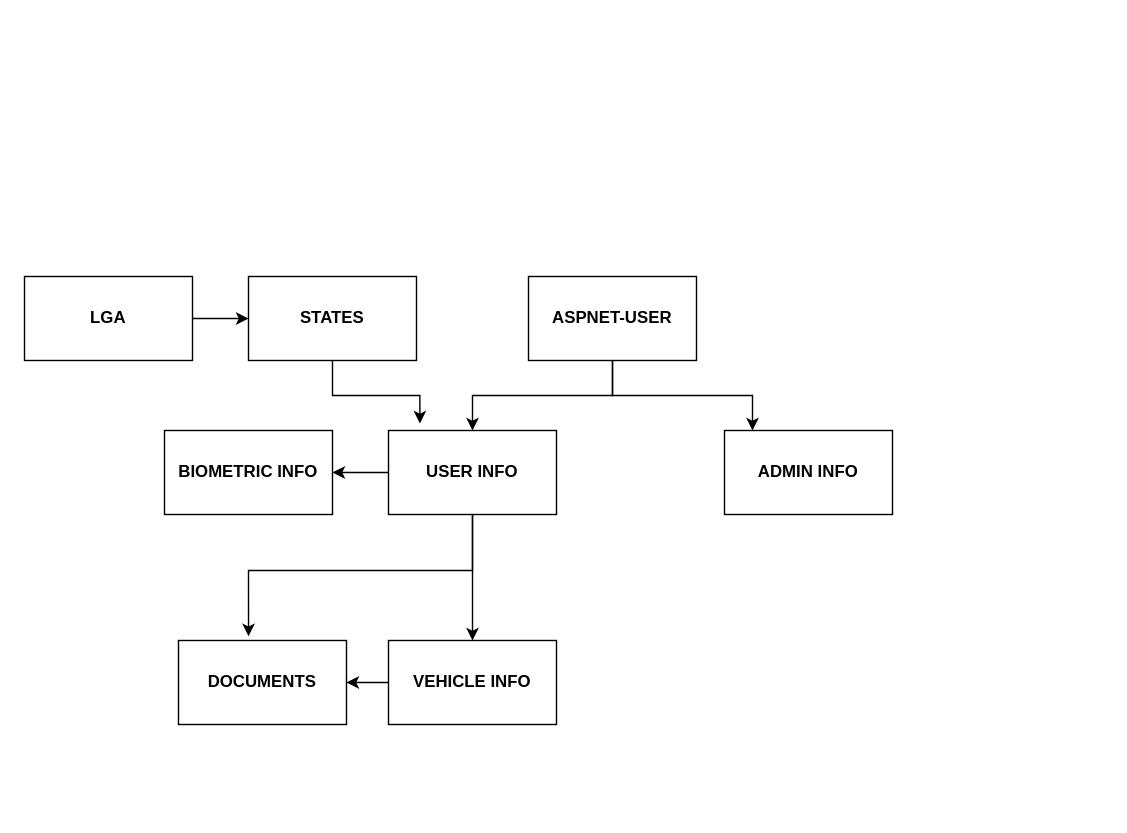
This is Untitled Diagram.drawio from kyree-henry/VMS-Database-Schema, a draw.io file, before an edit. Source tidied: cells renumbered, new cells numbered last; positions are measured from the earlier drawing's top-left corner, leaving out a move shared by most shapes. Both pictures are drawn from the tidied source at 140%, with x=0, y=0 at pixel (24, 276).
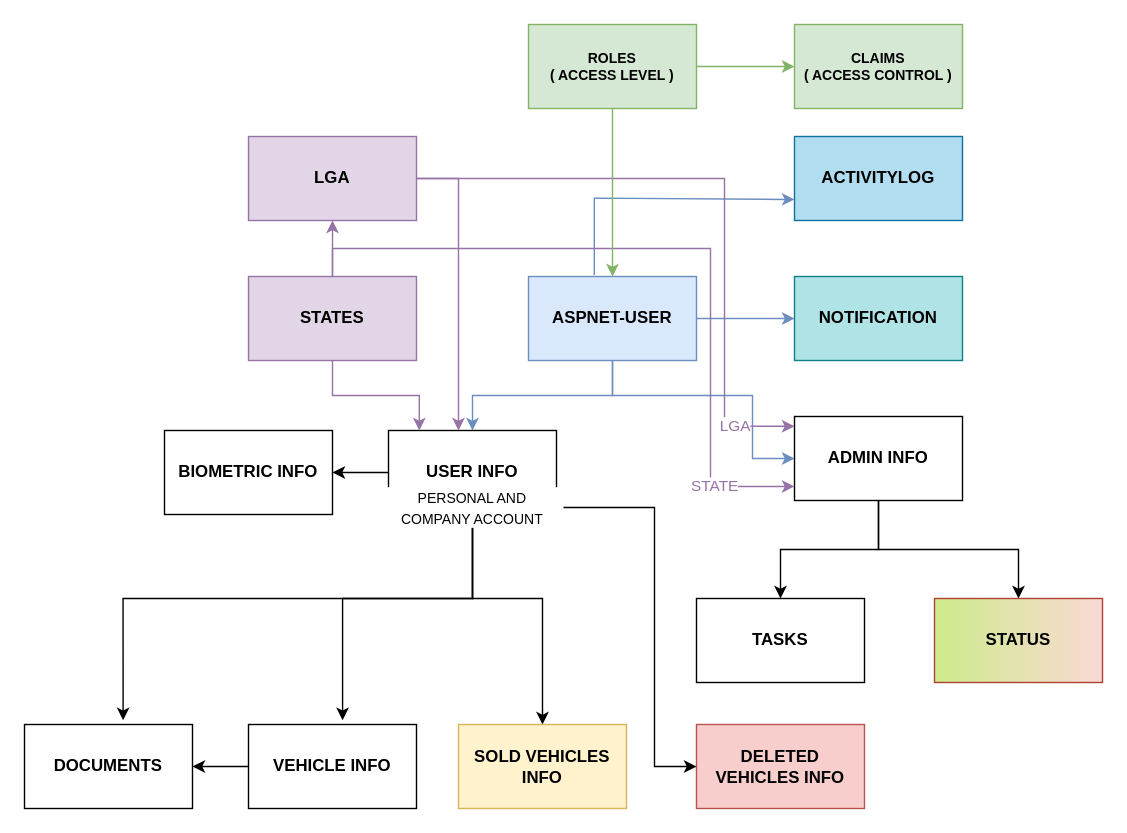
The same page after the edit.

Unchanged cells that the change refers to:
```xml
<mxCell id="8" value="&lt;b&gt;&lt;font style=&quot;font-size: 12px;&quot;&gt;USER INFO&lt;/font&gt;&lt;/b&gt;" style="rounded=0;whiteSpace=wrap;html=1;" parent="1" vertex="1">
  <mxGeometry x="260" y="110" width="120" height="60" as="geometry" />
</mxCell>
```

Change to the diagram source:
```diff
@@
-    <mxCell id="2" style="edgeStyle=orthogonalEdgeStyle;rounded=0;jettySize=auto;html=1;fontSize=12;" parent="1" edge="1" source="4" target="8">
+    <mxCell id="2" style="edgeStyle=orthogonalEdgeStyle;rounded=0;jettySize=auto;html=1;fontSize=12;fillColor=#dae8fc;strokeColor=#6c8ebf;" parent="1" edge="1" source="4" target="8">
       <mxGeometry relative="1" as="geometry" />
     </mxCell>
-    <mxCell id="3" style="edgeStyle=orthogonalEdgeStyle;rounded=0;jettySize=auto;html=1;fontSize=12;" parent="1" edge="1" source="4" target="9">
+    <mxCell id="3" style="edgeStyle=orthogonalEdgeStyle;rounded=0;jettySize=auto;html=1;fontSize=12;fillColor=#dae8fc;strokeColor=#6c8ebf;" parent="1" edge="1" source="4" target="9">
       <mxGeometry relative="1" as="geometry">
         <Array as="points">
           <mxPoint x="420" y="85" />
           <mxPoint x="520" y="85" />
         </Array>
       </mxGeometry>
     </mxCell>
+    <mxCell id="18" style="edgeStyle=orthogonalEdgeStyle;rounded=0;jettySize=auto;html=1;fontSize=12;fontColor=#000000;fillColor=#dae8fc;strokeColor=#6c8ebf;" parent="1" edge="1" source="4" target="31">
+      <mxGeometry relative="1" as="geometry" />
+    </mxCell>
+    <mxCell id="19" style="edgeStyle=orthogonalEdgeStyle;rounded=0;jettySize=auto;html=1;fontSize=10;fontColor=#000000;entryX=0;entryY=0.75;entryDx=0;entryDy=0;fillColor=#dae8fc;strokeColor=#6c8ebf;" parent="1" edge="1" target="32">
+      <mxGeometry relative="1" as="geometry">
+        <mxPoint x="407" y="-1" as="sourcePoint" />
+        <Array as="points">
+          <mxPoint x="407" y="-56" />
+        </Array>
+      </mxGeometry>
+    </mxCell>
-    <mxCell id="4" value="&lt;b&gt;ASPNET-USER&lt;/b&gt;" style="rounded=0;whiteSpace=wrap;html=1;" parent="1" vertex="1">
+    <mxCell id="4" value="&lt;b&gt;ASPNET-USER&lt;/b&gt;" style="rounded=0;whiteSpace=wrap;html=1;fillColor=#dae8fc;strokeColor=#6c8ebf;" parent="1" vertex="1">
       <mxGeometry x="360" width="120" height="60" as="geometry" />
     </mxCell>
@@
-    <mxCell id="6" style="edgeStyle=orthogonalEdgeStyle;rounded=0;jettySize=auto;html=1;fontSize=12;entryX=0.417;entryY=-0.05;entryDx=0;entryDy=0;entryPerimeter=0;exitX=0.5;exitY=1;exitDx=0;exitDy=0;" parent="1" edge="1" source="8" target="12">
+    <mxCell id="6" style="edgeStyle=orthogonalEdgeStyle;rounded=0;jettySize=auto;html=1;fontSize=12;fontColor=#000000;entryX=0.587;entryY=-0.05;entryDx=0;entryDy=0;entryPerimeter=0;" parent="1" edge="1" source="8" target="12">
       <mxGeometry relative="1" as="geometry">
         <Array as="points">
-          <mxPoint x="320" y="210" />
-          <mxPoint x="160" y="210" />
+          <mxPoint x="320" y="230" />
+          <mxPoint x="70" y="230" />
         </Array>
       </mxGeometry>
     </mxCell>
+    <mxCell id="20" style="edgeStyle=orthogonalEdgeStyle;rounded=0;jettySize=auto;html=1;fontSize=12;fontColor=#000000;entryX=0.5;entryY=0;entryDx=0;entryDy=0;" parent="1" edge="1" source="8" target="30">
+      <mxGeometry relative="1" as="geometry">
+        <Array as="points">
+          <mxPoint x="320" y="230" />
+          <mxPoint x="370" y="230" />
+        </Array>
+      </mxGeometry>
+    </mxCell>
-    <mxCell id="7" style="edgeStyle=orthogonalEdgeStyle;rounded=0;jettySize=auto;html=1;entryX=0.5;entryY=0;entryDx=0;entryDy=0;fontSize=12;" parent="1" edge="1" source="8" target="11">
-      <mxGeometry relative="1" as="geometry" />
+    <mxCell id="7" style="edgeStyle=orthogonalEdgeStyle;rounded=0;jettySize=auto;html=1;entryX=0.56;entryY=-0.05;entryDx=0;entryDy=0;entryPerimeter=0;fontSize=12;fontColor=#000000;" parent="1" edge="1" source="8" target="11">
+      <mxGeometry relative="1" as="geometry">
+        <Array as="points">
+          <mxPoint x="320" y="230" />
+          <mxPoint x="227" y="230" />
+        </Array>
+      </mxGeometry>
     </mxCell>
@@
+    <mxCell id="21" style="edgeStyle=orthogonalEdgeStyle;rounded=0;jettySize=auto;html=1;fontSize=12;" parent="1" edge="1" source="9" target="28">
+      <mxGeometry relative="1" as="geometry" />
+    </mxCell>
+    <mxCell id="22" style="edgeStyle=orthogonalEdgeStyle;rounded=0;jettySize=auto;html=1;entryX=0.5;entryY=0;entryDx=0;entryDy=0;fontSize=12;" parent="1" edge="1" source="9" target="29">
+      <mxGeometry relative="1" as="geometry" />
+    </mxCell>
     <mxCell id="9" value="&lt;b&gt;&lt;font style=&quot;font-size: 12px;&quot;&gt;ADMIN INFO&lt;/font&gt;&lt;/b&gt;" style="rounded=0;whiteSpace=wrap;html=1;" parent="1" vertex="1">
-      <mxGeometry x="500" y="110" width="120" height="60" as="geometry" />
+      <mxGeometry x="550" y="100" width="120" height="60" as="geometry" />
     </mxCell>
@@
     <mxCell id="11" value="&lt;b&gt;&lt;font style=&quot;font-size: 12px;&quot;&gt;VEHICLE INFO&lt;/font&gt;&lt;/b&gt;" style="rounded=0;whiteSpace=wrap;html=1;" parent="1" vertex="1">
-      <mxGeometry x="260" y="260" width="120" height="60" as="geometry" />
+      <mxGeometry x="160" y="320" width="120" height="60" as="geometry" />
     </mxCell>
     <mxCell id="12" value="&lt;b&gt;&lt;font style=&quot;font-size: 12px;&quot;&gt;DOCUMENTS&lt;/font&gt;&lt;/b&gt;" style="rounded=0;whiteSpace=wrap;html=1;" parent="1" vertex="1">
-      <mxGeometry x="110" y="260" width="120" height="60" as="geometry" />
+      <mxGeometry y="320" width="120" height="60" as="geometry" />
     </mxCell>
-    <mxCell id="13" style="edgeStyle=orthogonalEdgeStyle;rounded=0;jettySize=auto;html=1;fontSize=12;" parent="1" edge="1" source="14" target="16">
+    <mxCell id="13" style="edgeStyle=orthogonalEdgeStyle;rounded=0;jettySize=auto;html=1;fontSize=12;fillColor=#e1d5e7;strokeColor=#9673a6;" parent="1" edge="1" source="16" target="14">
       <mxGeometry relative="1" as="geometry" />
     </mxCell>
+    <mxCell id="23" style="edgeStyle=orthogonalEdgeStyle;rounded=0;jettySize=auto;html=1;fontSize=12;fontColor=#000000;fillColor=#e1d5e7;strokeColor=#9673a6;" parent="1" edge="1" source="14">
+      <mxGeometry relative="1" as="geometry">
+        <mxPoint x="310" y="110" as="targetPoint" />
+        <Array as="points">
+          <mxPoint x="310" y="-70" />
+        </Array>
+      </mxGeometry>
+    </mxCell>
+    <mxCell id="24" style="edgeStyle=orthogonalEdgeStyle;rounded=0;jettySize=auto;html=1;fillColor=#e1d5e7;strokeColor=#9673a6;" parent="1" edge="1" source="14">
+      <mxGeometry relative="1" as="geometry">
+        <mxPoint x="550" y="107" as="targetPoint" />
+        <Array as="points">
+          <mxPoint x="500" y="-70" />
+          <mxPoint x="500" y="107" />
+        </Array>
+      </mxGeometry>
+    </mxCell>
+    <mxCell id="25" value="&amp;nbsp;LGA" style="edgeLabel;html=1;align=center;verticalAlign=middle;fontColor=#9673A6;" parent="24" vertex="1">
+      <mxGeometry x="0.8" y="1" relative="1" as="geometry" />
+    </mxCell>
-    <mxCell id="14" value="&lt;b&gt;LGA&lt;/b&gt;" style="rounded=0;whiteSpace=wrap;html=1;" parent="1" vertex="1">
-      <mxGeometry width="120" height="60" as="geometry" />
+    <mxCell id="14" value="&lt;b&gt;LGA&lt;/b&gt;" style="rounded=0;whiteSpace=wrap;html=1;fillColor=#e1d5e7;strokeColor=#9673a6;" parent="1" vertex="1">
+      <mxGeometry x="160" y="-100" width="120" height="60" as="geometry" />
     </mxCell>
-    <mxCell id="15" style="edgeStyle=orthogonalEdgeStyle;rounded=0;jettySize=auto;html=1;entryX=0.187;entryY=-0.083;entryDx=0;entryDy=0;entryPerimeter=0;fontSize=12;" parent="1" edge="1" source="16" target="8">
-      <mxGeometry relative="1" as="geometry" />
+    <mxCell id="15" style="edgeStyle=orthogonalEdgeStyle;rounded=0;jettySize=auto;html=1;fontSize=12;fillColor=#e1d5e7;strokeColor=#9673a6;" parent="1" edge="1" source="16" target="8">
+      <mxGeometry relative="1" as="geometry">
+        <Array as="points">
+          <mxPoint x="220" y="85" />
+          <mxPoint x="282" y="85" />
+        </Array>
+      </mxGeometry>
     </mxCell>
+    <mxCell id="26" style="edgeStyle=orthogonalEdgeStyle;rounded=0;jettySize=auto;html=1;entryX=0;entryY=0.833;entryDx=0;entryDy=0;entryPerimeter=0;fillColor=#e1d5e7;strokeColor=#9673a6;" parent="1" edge="1" source="16" target="9">
+      <mxGeometry relative="1" as="geometry">
+        <Array as="points">
+          <mxPoint x="220" y="-20" />
+          <mxPoint x="490" y="-20" />
+          <mxPoint x="490" y="150" />
+        </Array>
+      </mxGeometry>
+    </mxCell>
+    <mxCell id="27" value="STATE" style="edgeLabel;html=1;align=center;verticalAlign=middle;fontColor=#9673A6;" parent="26" vertex="1">
+      <mxGeometry x="0.78" relative="1" as="geometry" />
+    </mxCell>
-    <mxCell id="16" value="&lt;b&gt;STATES&lt;/b&gt;" style="rounded=0;whiteSpace=wrap;html=1;" parent="1" vertex="1">
+    <mxCell id="16" value="&lt;b&gt;STATES&lt;/b&gt;" style="rounded=0;whiteSpace=wrap;html=1;fillColor=#e1d5e7;strokeColor=#9673a6;" parent="1" vertex="1">
       <mxGeometry x="160" width="120" height="60" as="geometry" />
     </mxCell>
@@
+    <mxCell id="28" value="&lt;b&gt;&lt;font style=&quot;font-size: 12px;&quot;&gt;TASKS&lt;/font&gt;&lt;/b&gt;" style="rounded=0;whiteSpace=wrap;html=1;" parent="1" vertex="1">
+      <mxGeometry x="480" y="230" width="120" height="60" as="geometry" />
+    </mxCell>
+    <mxCell id="29" value="&lt;b&gt;&lt;font style=&quot;font-size: 12px;&quot;&gt;STATUS&lt;/font&gt;&lt;/b&gt;" style="rounded=0;whiteSpace=wrap;html=1;fillColor=#fad9d5;strokeColor=#ae4132;gradientDirection=west;gradientColor=#CDEB8B;" parent="1" vertex="1">
+      <mxGeometry x="650" y="230" width="120" height="60" as="geometry" />
+    </mxCell>
+    <mxCell id="30" value="&lt;b&gt;&lt;font style=&quot;font-size: 12px;&quot;&gt;SOLD VEHICLES INFO&lt;/font&gt;&lt;/b&gt;" style="rounded=0;whiteSpace=wrap;html=1;fillColor=#fff2cc;strokeColor=#d6b656;" parent="1" vertex="1">
+      <mxGeometry x="310" y="320" width="120" height="60" as="geometry" />
+    </mxCell>
+    <mxCell id="31" value="&lt;b&gt;NOTIFICATION&lt;/b&gt;" style="whiteSpace=wrap;html=1;rounded=0;fillColor=#b0e3e6;strokeColor=#0e8088;" parent="1" vertex="1">
+      <mxGeometry x="550" width="120" height="60" as="geometry" />
+    </mxCell>
+    <mxCell id="32" value="&lt;b&gt;ACTIVITYLOG&lt;/b&gt;" style="rounded=0;whiteSpace=wrap;html=1;fillColor=#b1ddf0;strokeColor=#10739e;" parent="1" vertex="1">
+      <mxGeometry x="550" y="-100" width="120" height="60" as="geometry" />
+    </mxCell>
+    <mxCell id="33" value="&lt;b&gt;DELETED VEHICLES INFO&lt;/b&gt;" style="rounded=0;whiteSpace=wrap;html=1;fillColor=#f8cecc;strokeColor=#b85450;" parent="1" vertex="1">
+      <mxGeometry x="480" y="320" width="120" height="60" as="geometry" />
+    </mxCell>
+    <mxCell id="34" style="edgeStyle=orthogonalEdgeStyle;rounded=0;jettySize=auto;html=1;fontSize=10;fontColor=#000000;entryX=0;entryY=0.5;entryDx=0;entryDy=0;" parent="1" edge="1" source="35" target="33">
+      <mxGeometry relative="1" as="geometry">
+        <Array as="points">
+          <mxPoint x="450" y="165" />
+          <mxPoint x="450" y="350" />
+        </Array>
+      </mxGeometry>
+    </mxCell>
+    <mxCell id="35" value="&lt;font style=&quot;font-size: 10px;&quot;&gt;PERSONAL AND COMPANY ACCOUNT&lt;/font&gt;" style="text;html=1;strokeColor=none;fillColor=none;align=center;verticalAlign=middle;whiteSpace=wrap;rounded=0;labelBackgroundColor=#FFFFFF;fontSize=12;fontColor=#000000;" parent="1" vertex="1">
+      <mxGeometry x="255" y="160" width="130" height="10" as="geometry" />
+    </mxCell>
+    <mxCell id="36" style="edgeStyle=orthogonalEdgeStyle;rounded=0;jettySize=auto;html=1;fontSize=10;fontColor=#000000;fillColor=#d5e8d4;strokeColor=#82b366;" parent="1" edge="1" source="38" target="4">
+      <mxGeometry relative="1" as="geometry" />
+    </mxCell>
+    <mxCell id="37" style="edgeStyle=orthogonalEdgeStyle;rounded=0;jettySize=auto;html=1;fontSize=10;fontColor=#000000;fillColor=#d5e8d4;strokeColor=#82b366;" parent="1" edge="1" source="38" target="39">
+      <mxGeometry relative="1" as="geometry" />
+    </mxCell>
+    <mxCell id="38" value="&lt;b&gt;ROLES&lt;br&gt;( ACCESS LEVEL )&lt;/b&gt;" style="rounded=0;whiteSpace=wrap;html=1;labelBackgroundColor=none;fontSize=10;fillColor=#d5e8d4;strokeColor=#82b366;" parent="1" vertex="1">
+      <mxGeometry x="360" y="-180" width="120" height="60" as="geometry" />
+    </mxCell>
+    <mxCell id="39" value="&lt;b&gt;CLAIMS&lt;br&gt;( ACCESS CONTROL )&lt;/b&gt;" style="whiteSpace=wrap;html=1;fontSize=10;fillColor=#d5e8d4;strokeColor=#82b366;rounded=0;labelBackgroundColor=none;" parent="1" vertex="1">
+      <mxGeometry x="550" y="-180" width="120" height="60" as="geometry" />
+    </mxCell>
```
